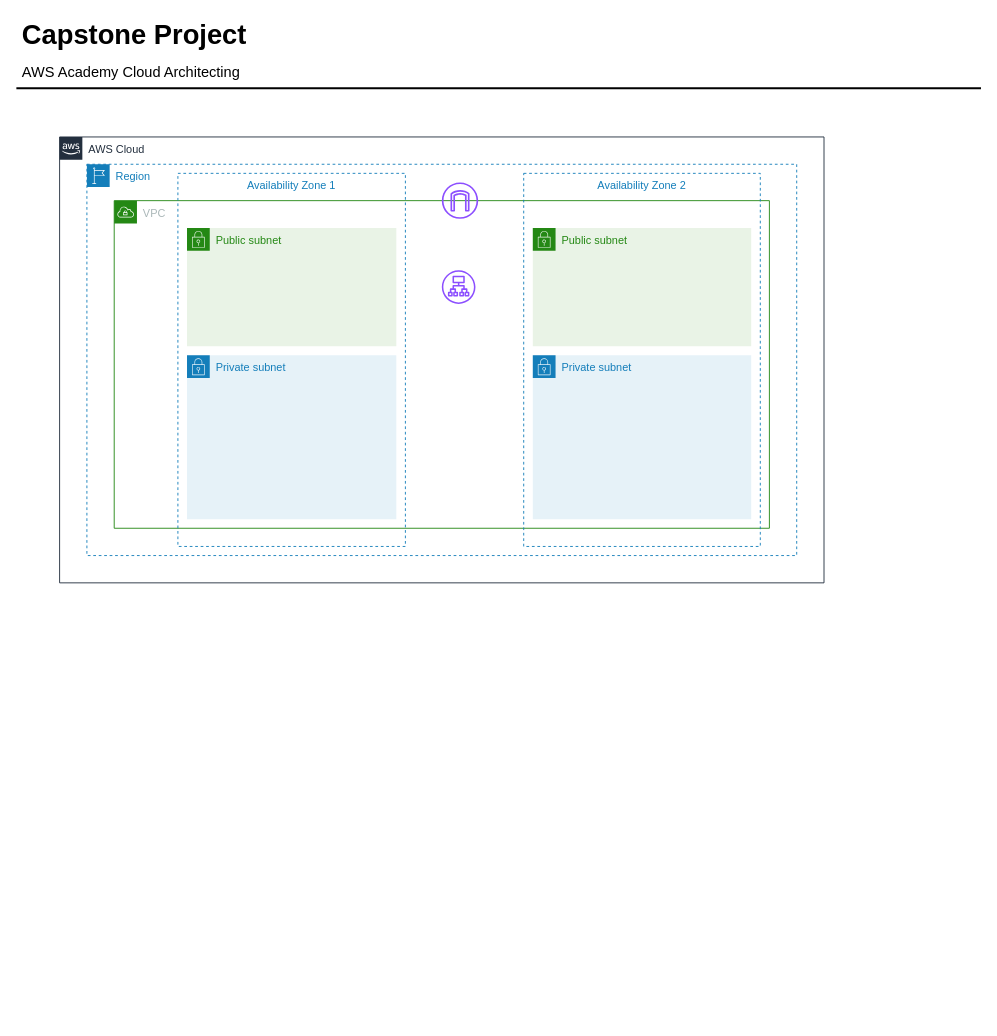
This is docs/topology.drawio from hcdiekmann/aws-saa-capstone, a draw.io file, before an edit. Source tidied: cells renumbered, new cells numbered last; positions are measured from the earlier drawing's top-left corner, leaving out a move shared by most shapes. Both pictures are drawn from the tidied source at 91%, with x=0, y=0 at pixel (15, 15).
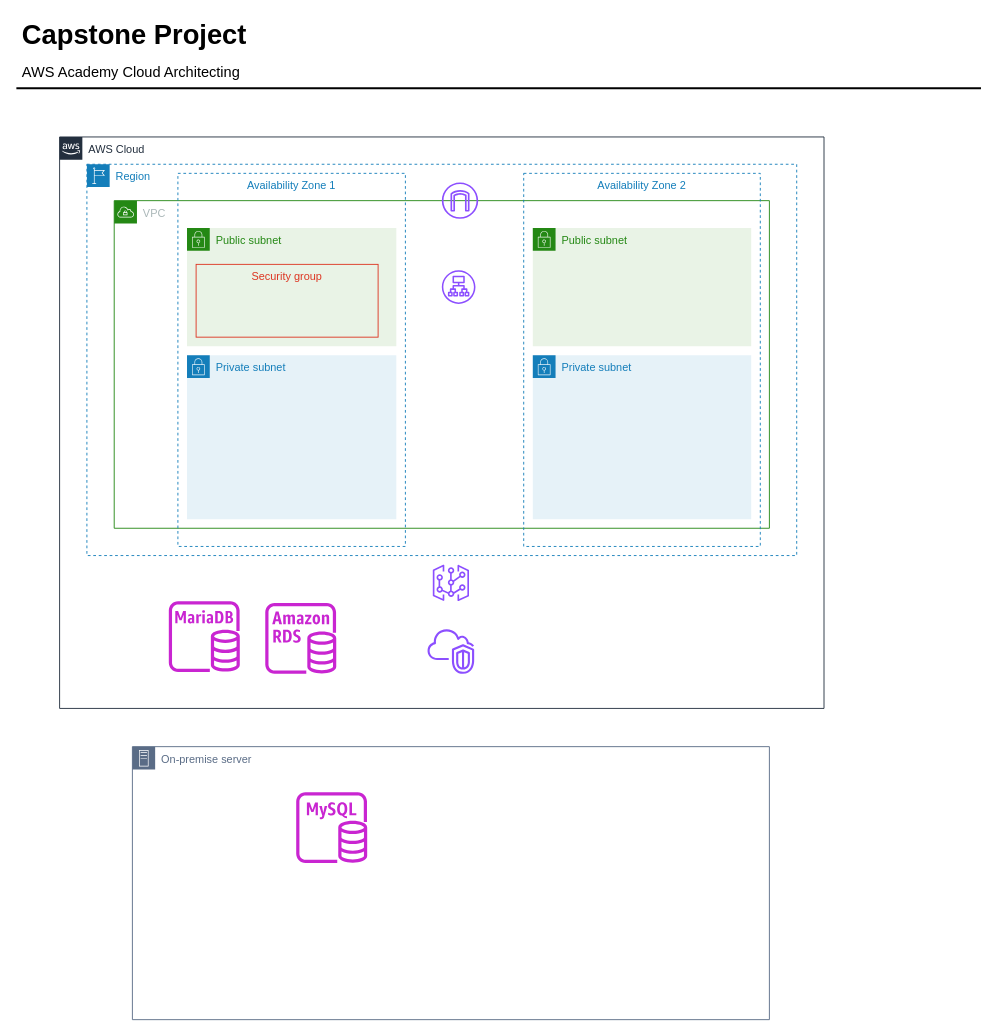
Above is the later version.

The change refers to these unchanged cells:
```xml
<mxCell id="8" value="Region" style="gradientColor=none;html=1;whiteSpace=wrap;fontSize=12;fontStyle=0;shape=mxgraph.aws4.group;grIcon=mxgraph.aws4.group_region;strokeColor=#147EBA;fillColor=none;verticalAlign=top;align=left;spacingLeft=30;fontColor=#147EBA;dashed=1;" parent="5" vertex="1">
  <mxGeometry x="30" y="30" width="780" height="430" as="geometry" />
</mxCell>
```

Change to the diagram source:
```diff
@@
     <mxCell id="5" value="AWS Cloud" style="gradientColor=none;html=1;whiteSpace=wrap;fontSize=12;fontStyle=0;shape=mxgraph.aws4.group;grIcon=mxgraph.aws4.group_aws_cloud_alt;strokeColor=#232F3E;fillColor=none;verticalAlign=top;align=left;spacingLeft=30;fontColor=#232F3E;dashed=0;" parent="1" vertex="1">
-      <mxGeometry x="48" y="134" width="840" height="490" as="geometry" />
+      <mxGeometry x="48" y="134" width="840" height="628" as="geometry" />
     </mxCell>
@@
+    <mxCell id="16" value="Security group" style="fillColor=none;strokeColor=#DD3522;verticalAlign=top;fontStyle=0;fontColor=#DD3522;whiteSpace=wrap;html=1;" parent="8" vertex="1">
+      <mxGeometry x="120" y="110" width="200" height="80" as="geometry" />
+    </mxCell>
+    <mxCell id="17" style="sketch=0;fontColor=#232F3E;gradientColor=none;fillColor=#8C4FFF;strokeColor=none;dashed=0;verticalLabelPosition=bottom;verticalAlign=top;align=center;html=1;fontSize=12;fontStyle=0;shape=mxgraph.aws4.virtual_gateway;" parent="5" vertex="1">
+      <mxGeometry x="410" y="470" width="40" height="40" as="geometry" />
+    </mxCell>
+    <mxCell id="18" style="sketch=0;fontColor=#232F3E;gradientColor=none;fillColor=#8C4FFF;strokeColor=none;dashed=0;verticalLabelPosition=bottom;verticalAlign=top;align=center;html=1;fontSize=12;fontStyle=0;shape=mxgraph.aws4.vpc_virtual_private_cloud_vpc;" parent="5" vertex="1">
+      <mxGeometry x="404.3" y="540" width="51.3" height="50" as="geometry" />
+    </mxCell>
+    <mxCell id="19" style="sketch=0;fontColor=#232F3E;gradientColor=none;fillColor=#C925D1;strokeColor=none;dashed=0;verticalLabelPosition=bottom;verticalAlign=top;align=center;html=1;fontSize=12;fontStyle=0;shape=mxgraph.aws4.rds_mariadb_instance;" parent="5" vertex="1">
+      <mxGeometry x="120" y="510" width="78" height="78" as="geometry" />
+    </mxCell>
+    <mxCell id="20" style="sketch=0;fontColor=#232F3E;gradientColor=none;fillColor=#C925D1;strokeColor=none;dashed=0;verticalLabelPosition=bottom;verticalAlign=top;align=center;html=1;fontSize=12;fontStyle=0;shape=mxgraph.aws4.rds_instance;" parent="5" vertex="1">
+      <mxGeometry x="226" y="512" width="78" height="78" as="geometry" />
+    </mxCell>
+    <mxCell id="21" value="On-premise server" style="gradientColor=none;html=1;whiteSpace=wrap;fontSize=12;fontStyle=0;shape=mxgraph.aws4.group;grIcon=mxgraph.aws4.group_on_premise;strokeColor=#5A6C86;fillColor=none;verticalAlign=top;align=left;spacingLeft=30;fontColor=#5A6C86;dashed=0;" parent="1" vertex="1">
+      <mxGeometry x="128" y="804" width="700" height="300" as="geometry" />
+    </mxCell>
+    <mxCell id="22" style="sketch=0;fontColor=#232F3E;gradientColor=none;fillColor=#C925D1;strokeColor=none;dashed=0;verticalLabelPosition=bottom;verticalAlign=top;align=center;html=1;fontSize=12;fontStyle=0;shape=mxgraph.aws4.rds_mysql_instance;" parent="21" vertex="1">
+      <mxGeometry x="180" y="50" width="78" height="78" as="geometry" />
+    </mxCell>
```
